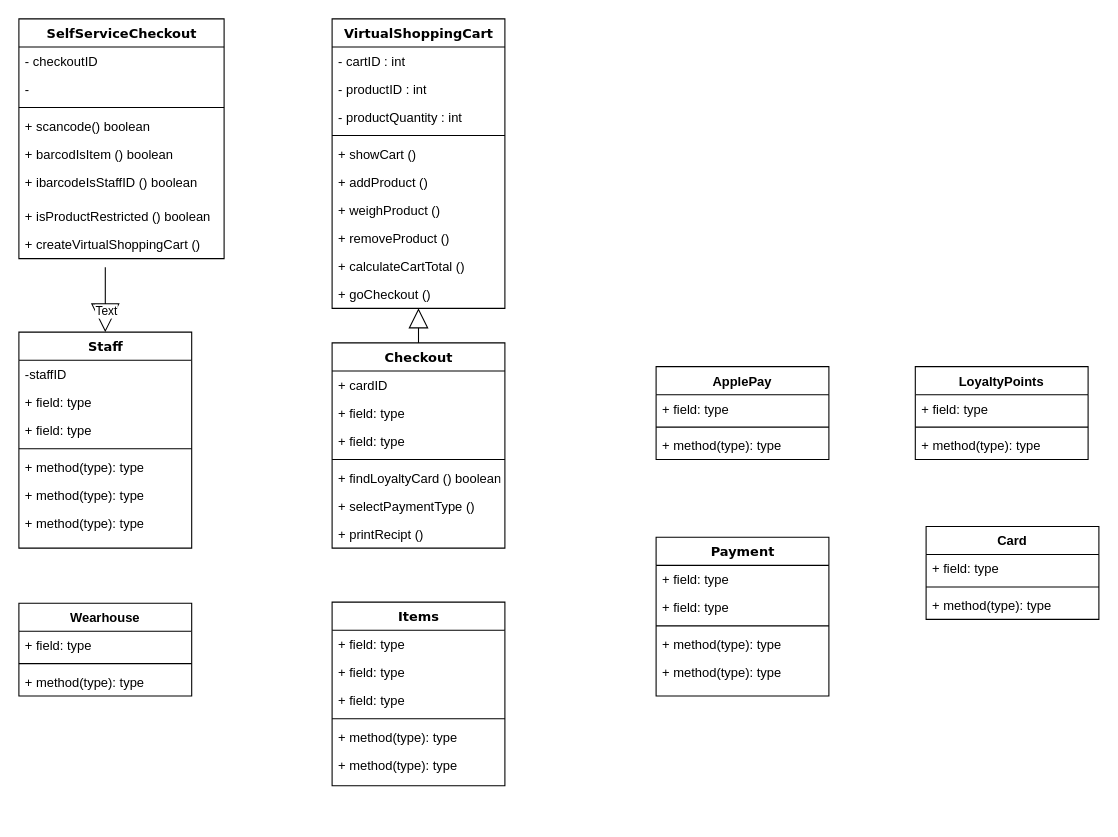
Before: SystemDiagram.drawio in Richard-A-llen/Python, a draw.io diagram. Source tidied: cells renumbered, new cells numbered last; positions are measured from the earlier drawing's top-left corner, leaving out a move shared by most shapes. Both pictures are drawn from the tidied source at 108%, with x=0, y=0 at pixel (18, 18).
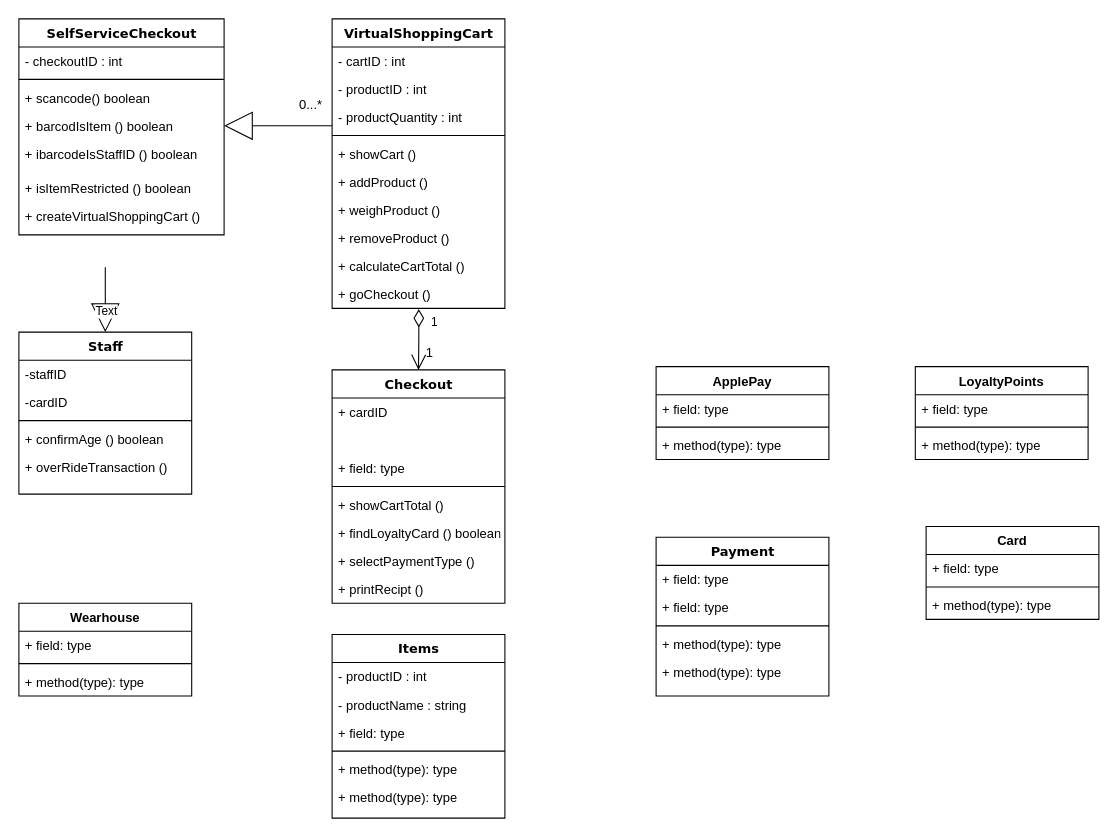
After the change.

Unchanged cells that the change refers to:
```xml
<mxCell id="11" value="VirtualShoppingCart" style="swimlane;html=1;fontStyle=1;align=center;verticalAlign=top;horizontal=1;startSize=26;swimlaneFillColor=#ffffff;rounded=0;shadow=0;comic=0;labelBackgroundColor=none;strokeWidth=1;fillColor=none;fontFamily=Verdana;fontSize=12;" parent="1" vertex="1">
  <mxGeometry x="290" width="160" height="268" as="geometry" />
</mxCell>
```

What changed in the source:
```diff
@@
     <mxCell id="2" value="SelfServiceCheckout" style="swimlane;html=1;fontStyle=1;align=center;verticalAlign=top;horizontal=1;startSize=26;swimlaneFillColor=#ffffff;rounded=0;shadow=0;comic=0;labelBackgroundColor=none;strokeWidth=1;fillColor=none;fontFamily=Verdana;fontSize=12;" parent="1" vertex="1">
-      <mxGeometry width="190" height="222" as="geometry" />
+      <mxGeometry width="190" height="200" as="geometry" />
     </mxCell>
-    <mxCell id="3" value="- checkoutID" style="text;html=1;strokeColor=none;fillColor=none;align=left;verticalAlign=top;spacingLeft=4;spacingRight=4;whiteSpace=wrap;overflow=hidden;" parent="2" vertex="1">
+    <mxCell id="3" value="- checkoutID : int" style="text;html=1;strokeColor=none;fillColor=none;align=left;verticalAlign=top;spacingLeft=4;spacingRight=4;whiteSpace=wrap;overflow=hidden;" parent="2" vertex="1">
       <mxGeometry y="26" width="190" height="26" as="geometry" />
     </mxCell>
-    <mxCell id="4" value="-&amp;nbsp;" style="text;html=1;strokeColor=none;fillColor=none;align=left;verticalAlign=top;spacingLeft=4;spacingRight=4;whiteSpace=wrap;overflow=hidden;" parent="2" vertex="1">
-      <mxGeometry y="52" width="190" height="26" as="geometry" />
-    </mxCell>
     <mxCell id="5" style="line;html=1;strokeWidth=1;fillColor=none;align=left;verticalAlign=middle;spacingTop=-1;spacingLeft=3;spacingRight=3;labelPosition=right;" parent="2" vertex="1">
-      <mxGeometry y="78" width="190" height="8" as="geometry" />
+      <mxGeometry y="52" width="190" height="8" as="geometry" />
     </mxCell>
     <mxCell id="6" value="+ scancode() boolean" style="text;html=1;strokeColor=none;fillColor=none;align=left;verticalAlign=top;spacingLeft=4;spacingRight=4;whiteSpace=wrap;overflow=hidden;" parent="2" vertex="1">
-      <mxGeometry y="86" width="190" height="26" as="geometry" />
+      <mxGeometry y="60" width="190" height="26" as="geometry" />
     </mxCell>
     <mxCell id="7" value="+ barcodIsItem () boolean&#10;" style="text;strokeColor=none;fillColor=none;align=left;verticalAlign=top;spacingLeft=4;spacingRight=4;overflow=hidden;points=[[0,0.5],[1,0.5]];portConstraint=eastwest;" parent="2" vertex="1">
-      <mxGeometry y="112" width="190" height="26" as="geometry" />
+      <mxGeometry y="86" width="190" height="26" as="geometry" />
     </mxCell>
     <mxCell id="8" value="+ ibarcodeIsStaffID () boolean" style="text;strokeColor=none;fillColor=none;align=left;verticalAlign=top;spacingLeft=4;spacingRight=4;overflow=hidden;" parent="2" vertex="1">
-      <mxGeometry y="138" width="190" height="32" as="geometry" />
+      <mxGeometry y="112" width="190" height="32" as="geometry" />
     </mxCell>
-    <mxCell id="9" value="+ isProductRestricted () boolean " style="text;strokeColor=none;fillColor=none;align=left;verticalAlign=top;spacingLeft=4;spacingRight=4;overflow=hidden;" parent="2" vertex="1">
-      <mxGeometry y="170" width="190" height="26" as="geometry" />
+    <mxCell id="9" value="+ isItemRestricted () boolean " style="text;strokeColor=none;fillColor=none;align=left;verticalAlign=top;spacingLeft=4;spacingRight=4;overflow=hidden;" parent="2" vertex="1">
+      <mxGeometry y="144" width="190" height="26" as="geometry" />
     </mxCell>
     <mxCell id="10" value="+ createVirtualShoppingCart ()" style="text;strokeColor=none;fillColor=none;align=left;verticalAlign=top;spacingLeft=4;spacingRight=4;overflow=hidden;" parent="2" vertex="1">
-      <mxGeometry y="196" width="190" height="26" as="geometry" />
+      <mxGeometry y="170" width="190" height="26" as="geometry" />
     </mxCell>
@@
-    <mxCell id="21" value="+ goCheckout ()" style="text;strokeColor=none;fillColor=none;align=left;verticalAlign=top;spacingLeft=4;spacingRight=4;overflow=hidden;points=[[0,0.5],[1,0.5]];portConstraint=eastwest;" parent="11" vertex="1">
-      <mxGeometry y="242" width="160" height="26" as="geometry" />
-    </mxCell>
     <mxCell id="22" value="Staff" style="swimlane;html=1;fontStyle=1;align=center;verticalAlign=top;horizontal=1;startSize=26;swimlaneFillColor=#ffffff;rounded=0;shadow=0;comic=0;labelBackgroundColor=none;strokeWidth=1;fillColor=none;fontFamily=Verdana;fontSize=12;" parent="1" vertex="1">
-      <mxGeometry y="290" width="160" height="200" as="geometry" />
+      <mxGeometry y="290" width="160" height="150" as="geometry" />
     </mxCell>
@@
-    <mxCell id="24" value="+ field: type" style="text;html=1;strokeColor=none;fillColor=none;align=left;verticalAlign=top;spacingLeft=4;spacingRight=4;whiteSpace=wrap;overflow=hidden;" parent="22" vertex="1">
-      <mxGeometry y="52" width="160" height="26" as="geometry" />
-    </mxCell>
-    <mxCell id="25" value="+ field: type" style="text;html=1;strokeColor=none;fillColor=none;align=left;verticalAlign=top;spacingLeft=4;spacingRight=4;whiteSpace=wrap;overflow=hidden;" parent="22" vertex="1">
-      <mxGeometry y="78" width="160" height="26" as="geometry" />
+    <mxCell id="25" value="-cardID" style="text;html=1;strokeColor=none;fillColor=none;align=left;verticalAlign=top;spacingLeft=4;spacingRight=4;whiteSpace=wrap;overflow=hidden;" parent="22" vertex="1">
+      <mxGeometry y="52" width="160" height="26" as="geometry" />
     </mxCell>
     <mxCell id="26" style="line;html=1;strokeWidth=1;fillColor=none;align=left;verticalAlign=middle;spacingTop=-1;spacingLeft=3;spacingRight=3;labelPosition=right;" parent="22" vertex="1">
-      <mxGeometry y="104" width="160" height="8" as="geometry" />
+      <mxGeometry y="78" width="160" height="8" as="geometry" />
     </mxCell>
-    <mxCell id="27" value="+ method(type): type" style="text;html=1;strokeColor=none;fillColor=none;align=left;verticalAlign=top;spacingLeft=4;spacingRight=4;whiteSpace=wrap;overflow=hidden;" parent="22" vertex="1">
-      <mxGeometry y="112" width="160" height="26" as="geometry" />
+    <mxCell id="27" value="+ confirmAge () boolean" style="text;html=1;strokeColor=none;fillColor=none;align=left;verticalAlign=top;spacingLeft=4;spacingRight=4;whiteSpace=wrap;overflow=hidden;" parent="22" vertex="1">
+      <mxGeometry y="86" width="160" height="26" as="geometry" />
     </mxCell>
-    <mxCell id="28" value="+ method(type): type" style="text;html=1;strokeColor=none;fillColor=none;align=left;verticalAlign=top;spacingLeft=4;spacingRight=4;whiteSpace=wrap;overflow=hidden;" parent="22" vertex="1">
-      <mxGeometry y="138" width="160" height="26" as="geometry" />
-    </mxCell>
-    <mxCell id="29" value="+ method(type): type" style="text;html=1;strokeColor=none;fillColor=none;align=left;verticalAlign=top;spacingLeft=4;spacingRight=4;whiteSpace=wrap;overflow=hidden;" parent="22" vertex="1">
-      <mxGeometry y="164" width="160" height="26" as="geometry" />
+    <mxCell id="29" value="+ overRideTransaction ()" style="text;html=1;strokeColor=none;fillColor=none;align=left;verticalAlign=top;spacingLeft=4;spacingRight=4;whiteSpace=wrap;overflow=hidden;" parent="22" vertex="1">
+      <mxGeometry y="112" width="160" height="26" as="geometry" />
     </mxCell>
     <mxCell id="30" value="Items" style="swimlane;html=1;fontStyle=1;align=center;verticalAlign=top;horizontal=1;startSize=26;swimlaneFillColor=#ffffff;rounded=0;shadow=0;comic=0;labelBackgroundColor=none;strokeWidth=1;fillColor=none;fontFamily=Verdana;fontSize=12;" parent="1" vertex="1">
-      <mxGeometry x="290" y="540" width="160" height="170" as="geometry" />
+      <mxGeometry x="290" y="570" width="160" height="170" as="geometry" />
     </mxCell>
-    <mxCell id="31" value="+ field: type" style="text;html=1;strokeColor=none;fillColor=none;align=left;verticalAlign=top;spacingLeft=4;spacingRight=4;whiteSpace=wrap;overflow=hidden;" parent="30" vertex="1">
+    <mxCell id="31" value="- productID : int" style="text;html=1;strokeColor=none;fillColor=none;align=left;verticalAlign=top;spacingLeft=4;spacingRight=4;whiteSpace=wrap;overflow=hidden;" parent="30" vertex="1">
       <mxGeometry y="26" width="160" height="26" as="geometry" />
     </mxCell>
-    <mxCell id="32" value="+ field: type" style="text;html=1;strokeColor=none;fillColor=none;align=left;verticalAlign=top;spacingLeft=4;spacingRight=4;whiteSpace=wrap;overflow=hidden;" parent="30" vertex="1">
+    <mxCell id="32" value="- productName : string" style="text;html=1;strokeColor=none;fillColor=none;align=left;verticalAlign=top;spacingLeft=4;spacingRight=4;whiteSpace=wrap;overflow=hidden;" parent="30" vertex="1">
       <mxGeometry y="52" width="160" height="26" as="geometry" />
     </mxCell>
@@
-    <mxCell id="37" style="edgeStyle=orthogonalEdgeStyle;html=1;labelBackgroundColor=none;startFill=0;startSize=8;endArrow=block;endFill=0;endSize=16;fontFamily=Verdana;fontSize=12;startArrow=none;" parent="1" edge="1" source="56" target="11">
-      <mxGeometry relative="1" as="geometry">
-        <Array as="points">
-          <mxPoint x="360" y="460" />
-          <mxPoint x="360" y="460" />
-        </Array>
-      </mxGeometry>
-    </mxCell>
@@
     <mxCell id="56" value="Checkout" style="swimlane;html=1;fontStyle=1;align=center;verticalAlign=top;horizontal=1;startSize=26;swimlaneFillColor=#ffffff;rounded=0;shadow=0;comic=0;labelBackgroundColor=none;strokeWidth=1;fillColor=none;fontFamily=Verdana;fontSize=12;" parent="1" vertex="1">
-      <mxGeometry x="290" y="300" width="160" height="190" as="geometry" />
+      <mxGeometry x="290" y="325" width="160" height="216" as="geometry" />
     </mxCell>
@@
-    <mxCell id="58" value="+ field: type" style="text;html=1;strokeColor=none;fillColor=none;align=left;verticalAlign=top;spacingLeft=4;spacingRight=4;whiteSpace=wrap;overflow=hidden;" parent="56" vertex="1">
+    <mxCell id="58" style="text;html=1;strokeColor=none;fillColor=none;align=left;verticalAlign=top;spacingLeft=4;spacingRight=4;whiteSpace=wrap;overflow=hidden;" parent="56" vertex="1">
       <mxGeometry y="52" width="160" height="26" as="geometry" />
     </mxCell>
@@
+    <mxCell id="70" value="+ showCartTotal ()" style="text;strokeColor=none;fillColor=none;align=left;verticalAlign=top;spacingLeft=4;spacingRight=4;overflow=hidden;" parent="56" vertex="1">
+      <mxGeometry y="112" width="160" height="26" as="geometry" />
+    </mxCell>
     <mxCell id="61" value="+ findLoyaltyCard () boolean" style="text;strokeColor=none;fillColor=none;align=left;verticalAlign=top;spacingLeft=4;spacingRight=4;overflow=hidden;" parent="56" vertex="1">
-      <mxGeometry y="112" width="160" height="26" as="geometry" />
+      <mxGeometry y="138" width="160" height="26" as="geometry" />
     </mxCell>
     <mxCell id="62" value="+ selectPaymentType ()" style="text;strokeColor=none;fillColor=none;align=left;verticalAlign=top;spacingLeft=4;spacingRight=4;overflow=hidden;" parent="56" vertex="1">
-      <mxGeometry y="138" width="160" height="26" as="geometry" />
+      <mxGeometry y="164" width="160" height="26" as="geometry" />
     </mxCell>
     <mxCell id="63" value="+ printRecipt ()" style="text;html=1;strokeColor=none;fillColor=none;align=left;verticalAlign=top;spacingLeft=4;spacingRight=4;whiteSpace=wrap;overflow=hidden;" parent="56" vertex="1">
-      <mxGeometry y="164" width="160" height="26" as="geometry" />
+      <mxGeometry y="190" width="160" height="26" as="geometry" />
     </mxCell>
@@
+    <mxCell id="71" value="1" style="text;html=1;align=center;verticalAlign=middle;strokeColor=none;fillColor=none;" parent="1" vertex="1">
+      <mxGeometry x="370" y="300" width="20" height="20" as="geometry" />
+    </mxCell>
+    <mxCell id="72" value="1" style="endArrow=open;html=1;endSize=12;startArrow=diamondThin;startSize=14;startFill=0;edgeStyle=orthogonalEdgeStyle;align=left;verticalAlign=bottom;rounded=0;targetPerimeterSpacing=0;entryX=0.5;entryY=0;entryDx=0;entryDy=0;exitX=0.502;exitY=1.028;exitDx=0;exitDy=0;exitPerimeter=0;" parent="1" edge="1" source="21" target="56">
+      <mxGeometry x="-0.25" y="10" relative="1" as="geometry" />
+    </mxCell>
+    <mxCell id="21" value="+ goCheckout ()" style="text;strokeColor=none;fillColor=none;align=left;verticalAlign=top;spacingLeft=4;spacingRight=4;overflow=hidden;points=[[0,0.5],[1,0.5]];portConstraint=eastwest;" parent="1" vertex="1">
+      <mxGeometry x="290" y="242" width="160" height="26" as="geometry" />
+    </mxCell>
+    <mxCell id="73" style="endArrow=block;endFill=0;endSize=24;html=1;rounded=0;entryX=1;entryY=0.5;entryDx=0;entryDy=0;sourcePerimeterSpacing=0;" parent="1" edge="1" target="7">
+      <mxGeometry relative="1" as="geometry">
+        <mxPoint x="290" y="99" as="sourcePoint" />
+      </mxGeometry>
+    </mxCell>
+    <mxCell id="74" value="0...*" style="text;html=1;align=center;verticalAlign=middle;strokeColor=none;fillColor=none;" parent="1" vertex="1">
+      <mxGeometry x="250" y="70" width="40" height="20" as="geometry" />
+    </mxCell>
```
